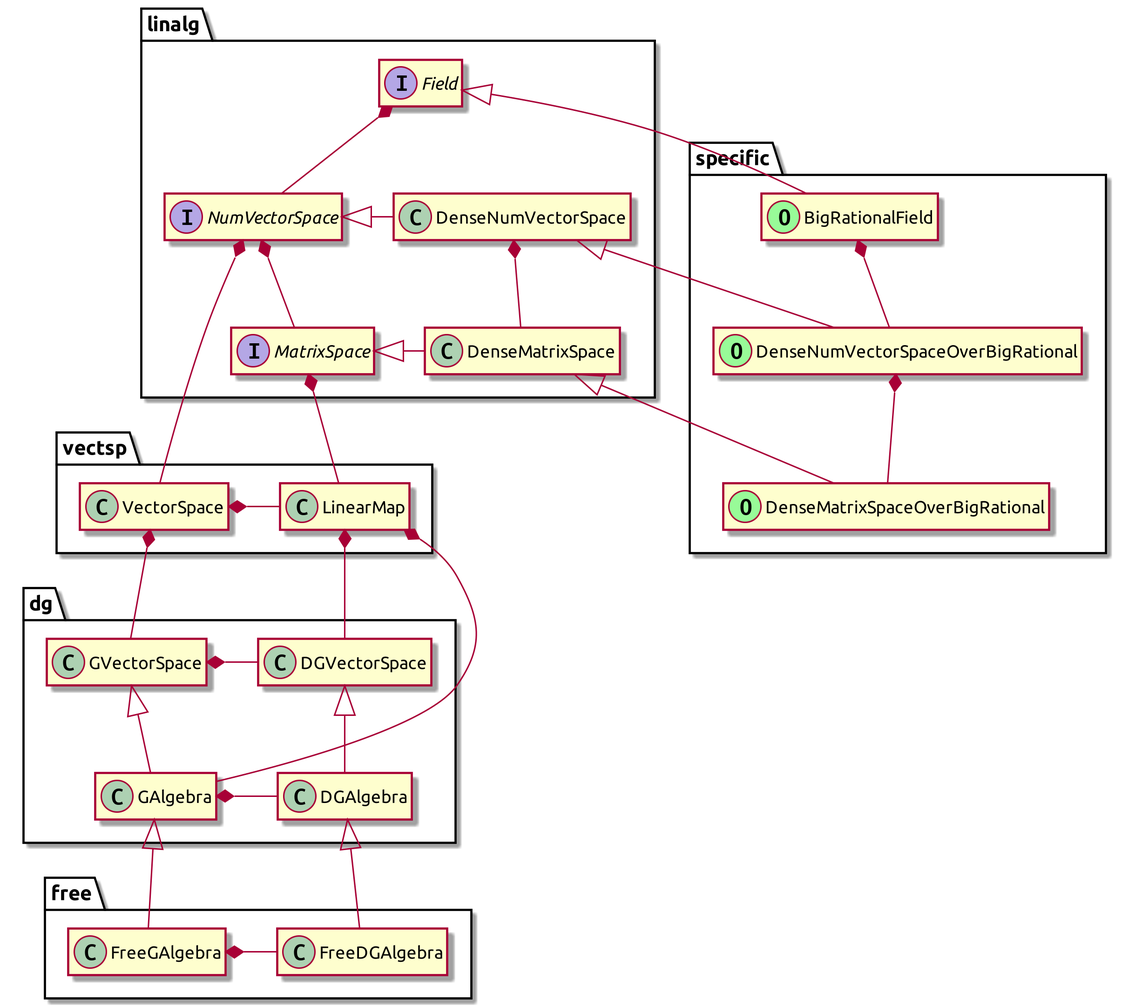
shwaka/kohomology keeps this PlantUML diagram as website/static/img/uml/packages.png. Above is the earlier version.
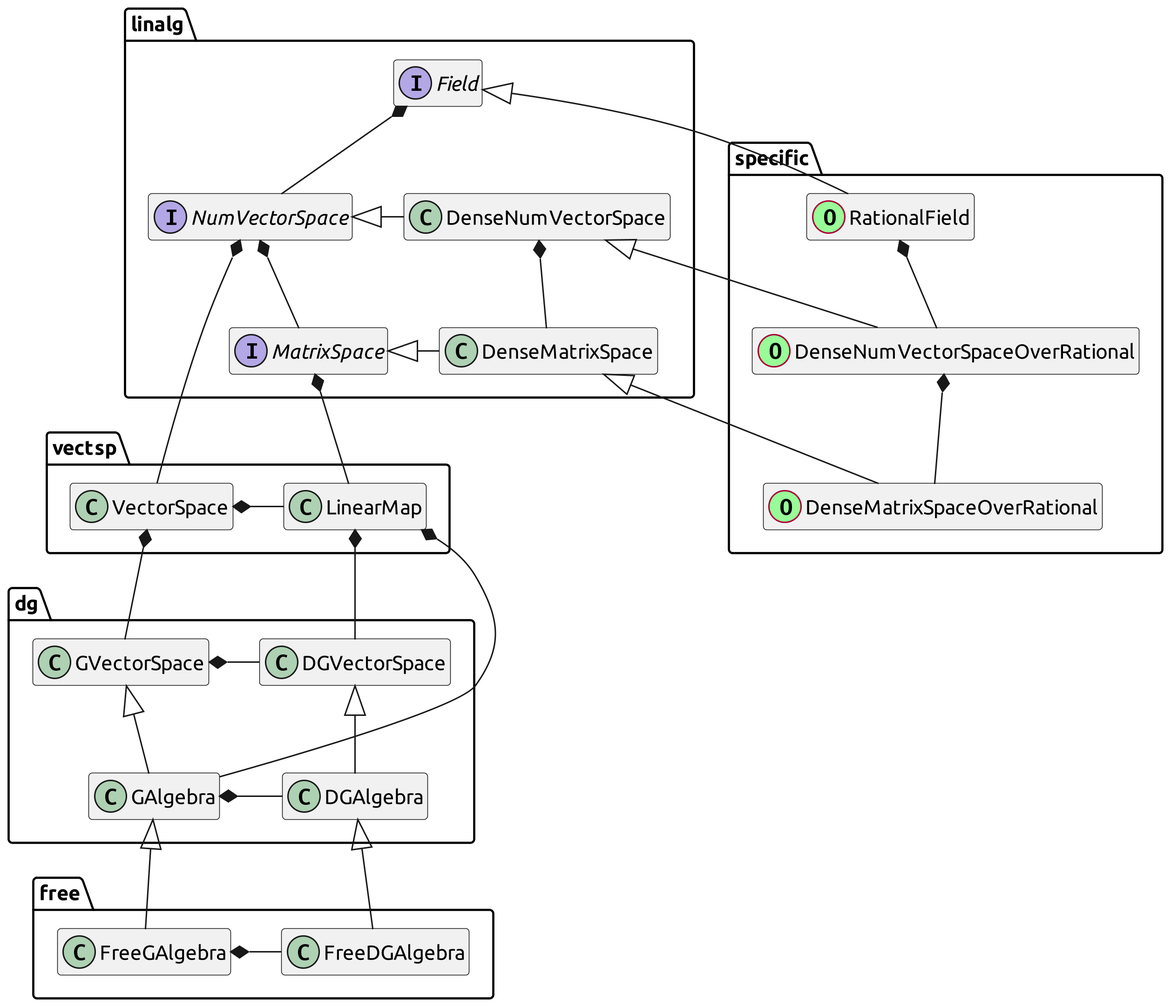
The same file after the commit.

The edit, as a diff of the source:
```diff
@@ -19,16 +19,16 @@
 
 package specific {
 
-  class BigRationalField << (O, PaleGreen) >>
-  class DenseNumVectorSpaceOverBigRational << (O, PaleGreen) >>
-  class DenseMatrixSpaceOverBigRational << (O, PaleGreen) >>
+  class RationalField << (O, PaleGreen) >>
+  class DenseNumVectorSpaceOverRational << (O, PaleGreen) >>
+  class DenseMatrixSpaceOverRational << (O, PaleGreen) >>
 
-  Field <|-- BigRationalField
-  DenseNumVectorSpace <|-- DenseNumVectorSpaceOverBigRational
-  DenseMatrixSpace <|-- DenseMatrixSpaceOverBigRational
+  Field <|-- RationalField
+  DenseNumVectorSpace <|-- DenseNumVectorSpaceOverRational
+  DenseMatrixSpace <|-- DenseMatrixSpaceOverRational
 
-  BigRationalField *-down- DenseNumVectorSpaceOverBigRational
-  DenseNumVectorSpaceOverBigRational *-down- DenseMatrixSpaceOverBigRational
+  RationalField *-down- DenseNumVectorSpaceOverRational
+  DenseNumVectorSpaceOverRational *-down- DenseMatrixSpaceOverRational
 }
 
 package vectsp {
```
